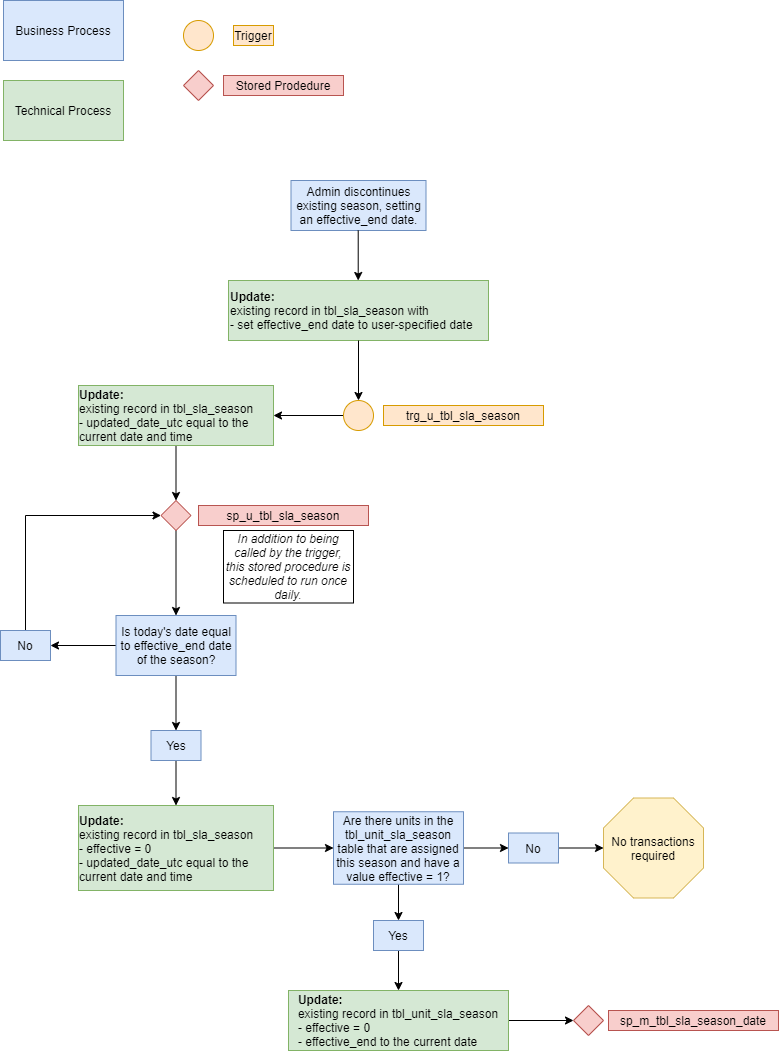
Before: images/diagram2.png, a diagram exported from draw.io (NYC-Parks/SLADB). Source tidied: cells renumbered, new cells last; positions are measured from the earlier drawing's top-left corner, leaving out a move shared by most shapes.
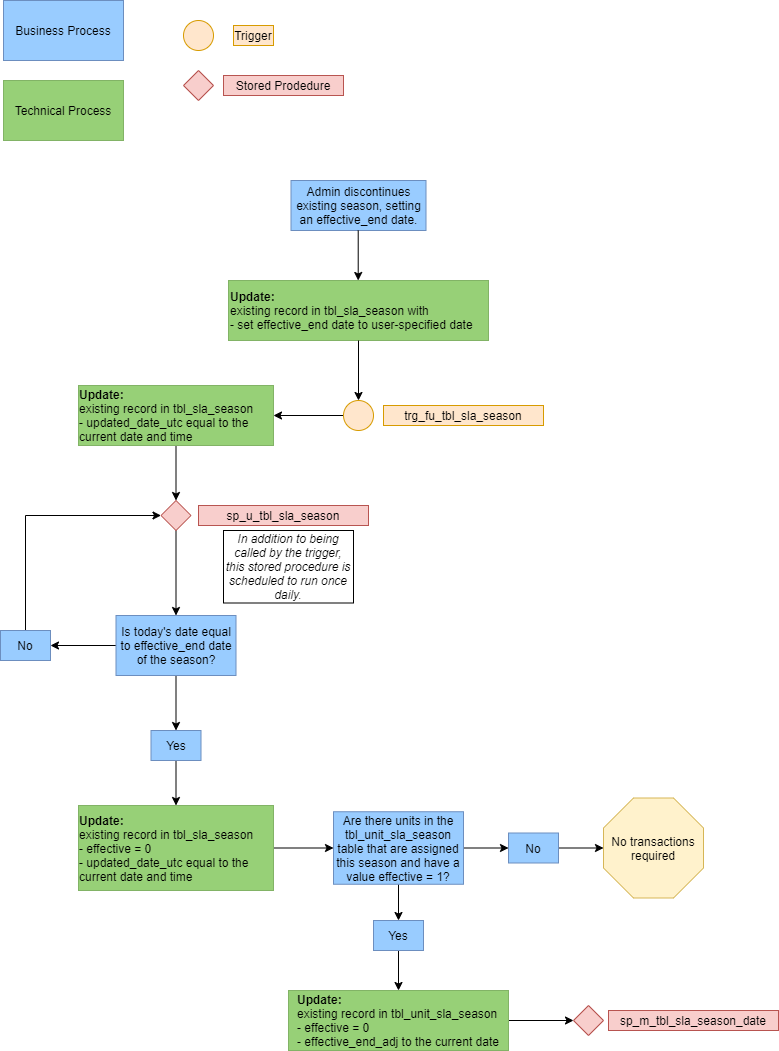
After the commit.

The edit, as a diff of the source:
```diff
@@ -2,10 +2,10 @@
   <root>
     <mxCell id="0" />
     <mxCell id="1" parent="0" />
-    <mxCell id="2" value="Admin discontinues existing season, setting an effective_end date." style="rounded=0;whiteSpace=wrap;html=1;fontSize=12;glass=0;strokeWidth=1;shadow=0;fillColor=#dae8fc;strokeColor=#6c8ebf;" parent="1" vertex="1">
+    <mxCell id="2" value="Admin discontinues existing season, setting an effective_end date." style="rounded=0;whiteSpace=wrap;html=1;fontSize=12;glass=0;strokeWidth=1;shadow=0;fillColor=#99CCFF;strokeColor=#6c8ebf;" parent="1" vertex="1">
       <mxGeometry x="290.5" y="180" width="135" height="50" as="geometry" />
     </mxCell>
-    <mxCell id="3" value="&lt;b&gt;Update:&lt;br&gt;&lt;/b&gt;existing record in tbl_sla_season with&lt;br&gt;- set effective_end date to user-specified date" style="rounded=0;whiteSpace=wrap;html=1;fillColor=#d5e8d4;strokeColor=#82b366;align=left;" parent="1" vertex="1">
+    <mxCell id="3" value="&lt;b&gt;Update:&lt;br&gt;&lt;/b&gt;existing record in tbl_sla_season with&lt;br&gt;- set effective_end date to user-specified date" style="rounded=0;whiteSpace=wrap;html=1;fillColor=#97D077;strokeColor=#82b366;align=left;" parent="1" vertex="1">
       <mxGeometry x="228" y="280" width="260" height="60" as="geometry" />
     </mxCell>
     <mxCell id="4" style="endArrow=classic;html=1;exitX=0.5;exitY=1;exitDx=0;exitDy=0;entryX=0.5;entryY=0;entryDx=0;entryDy=0;" parent="1" edge="1" source="3" target="27">
@@ -17,10 +17,10 @@
         <mxPoint x="357.7" y="280" as="targetPoint" />
       </mxGeometry>
     </mxCell>
-    <mxCell id="6" value="Business Process" style="rounded=0;whiteSpace=wrap;html=1;fillColor=#dae8fc;strokeColor=#6c8ebf;" parent="1" vertex="1">
+    <mxCell id="6" value="Business Process" style="rounded=0;whiteSpace=wrap;html=1;strokeColor=#6c8ebf;fillColor=#99CCFF;" parent="1" vertex="1">
       <mxGeometry x="3" width="120" height="60" as="geometry" />
     </mxCell>
-    <mxCell id="7" value="Technical Process" style="rounded=0;whiteSpace=wrap;html=1;fillColor=#d5e8d4;strokeColor=#82b366;" parent="1" vertex="1">
+    <mxCell id="7" value="Technical Process" style="rounded=0;whiteSpace=wrap;html=1;strokeColor=#82b366;fillColor=#97D077;" parent="1" vertex="1">
       <mxGeometry x="3" y="80" width="120" height="60" as="geometry" />
     </mxCell>
     <mxCell id="8" style="ellipse;whiteSpace=wrap;html=1;fillColor=#ffe6cc;strokeColor=#d79b00;" parent="1" vertex="1">
@@ -41,19 +41,19 @@
     <mxCell id="13" style="edgeStyle=orthogonalEdgeStyle;rounded=0;jettySize=auto;html=1;exitX=0.5;exitY=1;exitDx=0;exitDy=0;entryX=0.5;entryY=0;entryDx=0;entryDy=0;" parent="1" edge="1" source="14" target="18">
       <mxGeometry relative="1" as="geometry" />
     </mxCell>
-    <mxCell id="14" value="Is today's date equal to effective_end date of the season?" style="rounded=0;whiteSpace=wrap;html=1;fillColor=#dae8fc;strokeColor=#6c8ebf;" parent="1" vertex="1">
+    <mxCell id="14" value="Is today's date equal to effective_end date of the season?" style="rounded=0;whiteSpace=wrap;html=1;fillColor=#99CCFF;strokeColor=#6c8ebf;" parent="1" vertex="1">
       <mxGeometry x="115.5" y="615" width="120" height="60" as="geometry" />
     </mxCell>
     <mxCell id="15" style="edgeStyle=orthogonalEdgeStyle;rounded=0;jettySize=auto;html=1;exitX=0.5;exitY=0;exitDx=0;exitDy=0;entryX=0;entryY=0.5;entryDx=0;entryDy=0;" parent="1" edge="1" source="16" target="24">
       <mxGeometry relative="1" as="geometry" />
     </mxCell>
-    <mxCell id="16" value="No" style="rounded=0;whiteSpace=wrap;html=1;fillColor=#dae8fc;strokeColor=#6c8ebf;" parent="1" vertex="1">
+    <mxCell id="16" value="No" style="rounded=0;whiteSpace=wrap;html=1;fillColor=#99CCFF;strokeColor=#6c8ebf;" parent="1" vertex="1">
       <mxGeometry y="630" width="50" height="30" as="geometry" />
     </mxCell>
     <mxCell id="17" style="edgeStyle=orthogonalEdgeStyle;rounded=0;jettySize=auto;html=1;entryX=0.5;entryY=0;entryDx=0;entryDy=0;" parent="1" edge="1" source="18" target="20">
       <mxGeometry relative="1" as="geometry" />
     </mxCell>
-    <mxCell id="18" value="Yes" style="rounded=0;whiteSpace=wrap;html=1;fillColor=#dae8fc;strokeColor=#6c8ebf;" parent="1" vertex="1">
+    <mxCell id="18" value="Yes" style="rounded=0;whiteSpace=wrap;html=1;fillColor=#99CCFF;strokeColor=#6c8ebf;" parent="1" vertex="1">
       <mxGeometry x="150.5" y="730" width="50" height="30" as="geometry" />
     </mxCell>
     <mxCell id="19" style="edgeStyle=orthogonalEdgeStyle;rounded=0;jettySize=auto;html=1;exitX=1;exitY=0.5;exitDx=0;exitDy=0;entryX=0;entryY=0.5;entryDx=0;entryDy=0;" parent="1" edge="1" source="20" target="35">
@@ -83,7 +83,7 @@
     <mxCell id="27" style="ellipse;whiteSpace=wrap;html=1;fillColor=#ffe6cc;strokeColor=#d79b00;" parent="1" vertex="1">
       <mxGeometry x="343" y="400" width="30" height="30" as="geometry" />
     </mxCell>
-    <mxCell id="28" value="trg_u_tbl_sla_season" style="text;html=1;strokeColor=#d79b00;fillColor=#ffe6cc;align=center;verticalAlign=middle;whiteSpace=wrap;rounded=0;" parent="1" vertex="1">
+    <mxCell id="28" value="trg_fu_tbl_sla_season" style="text;html=1;strokeColor=#d79b00;fillColor=#ffe6cc;align=center;verticalAlign=middle;whiteSpace=wrap;rounded=0;" parent="1" vertex="1">
       <mxGeometry x="383" y="405" width="160" height="20" as="geometry" />
     </mxCell>
     <mxCell id="29" style="edgeStyle=orthogonalEdgeStyle;rounded=0;jettySize=auto;html=1;exitX=0.5;exitY=1;exitDx=0;exitDy=0;entryX=0.5;entryY=0;entryDx=0;entryDy=0;" parent="1" edge="1" source="30" target="24">
@@ -104,19 +104,19 @@
     <mxCell id="34" style="edgeStyle=orthogonalEdgeStyle;rounded=0;jettySize=auto;html=1;exitX=1;exitY=0.5;exitDx=0;exitDy=0;entryX=0;entryY=0.5;entryDx=0;entryDy=0;" parent="1" edge="1" source="35" target="39">
       <mxGeometry relative="1" as="geometry" />
     </mxCell>
-    <mxCell id="35" value="Are there units in the tbl_unit_sla_season table that are assigned this season and have a value effective = 1?" style="rounded=0;whiteSpace=wrap;html=1;fillColor=#dae8fc;strokeColor=#6c8ebf;" parent="1" vertex="1">
+    <mxCell id="35" value="Are there units in the tbl_unit_sla_season table that are assigned this season and have a value effective = 1?" style="rounded=0;whiteSpace=wrap;html=1;fillColor=#99CCFF;strokeColor=#6c8ebf;" parent="1" vertex="1">
       <mxGeometry x="333" y="811.2" width="130" height="72.5" as="geometry" />
     </mxCell>
     <mxCell id="36" style="edgeStyle=orthogonalEdgeStyle;rounded=0;jettySize=auto;html=1;exitX=0.5;exitY=1;exitDx=0;exitDy=0;entryX=0.5;entryY=0;entryDx=0;entryDy=0;" parent="1" edge="1" source="37" target="22">
       <mxGeometry relative="1" as="geometry" />
     </mxCell>
-    <mxCell id="37" value="Yes" style="rounded=0;whiteSpace=wrap;html=1;fillColor=#dae8fc;strokeColor=#6c8ebf;" parent="1" vertex="1">
+    <mxCell id="37" value="Yes" style="rounded=0;whiteSpace=wrap;html=1;fillColor=#99CCFF;strokeColor=#6c8ebf;" parent="1" vertex="1">
       <mxGeometry x="373" y="920" width="50" height="30" as="geometry" />
     </mxCell>
     <mxCell id="38" style="edgeStyle=orthogonalEdgeStyle;rounded=0;jettySize=auto;html=1;exitX=1;exitY=0.5;exitDx=0;exitDy=0;entryX=0;entryY=0.5;entryDx=0;entryDy=0;entryPerimeter=0;" parent="1" edge="1" source="39" target="40">
       <mxGeometry relative="1" as="geometry" />
     </mxCell>
-    <mxCell id="39" value="No" style="rounded=0;whiteSpace=wrap;html=1;fillColor=#dae8fc;strokeColor=#6c8ebf;" parent="1" vertex="1">
+    <mxCell id="39" value="No" style="rounded=0;whiteSpace=wrap;html=1;fillColor=#99CCFF;strokeColor=#6c8ebf;" parent="1" vertex="1">
       <mxGeometry x="508" y="832.5" width="50" height="30" as="geometry" />
     </mxCell>
     <mxCell id="40" value="No transactions required" style="whiteSpace=wrap;html=1;shape=mxgraph.basic.octagon2;align=center;verticalAlign=middle;dx=15;fillColor=#fff2cc;strokeColor=#d6b656;" parent="1" vertex="1">
@@ -125,5 +125,14 @@
     <mxCell id="41" value="&lt;i&gt;In addition to being called by the trigger, this stored procedure is scheduled to run once daily.&lt;/i&gt;" style="rounded=0;whiteSpace=wrap;html=1;" parent="1" vertex="1">
       <mxGeometry x="223" y="530" width="130" height="72.5" as="geometry" />
     </mxCell>
+    <mxCell id="42" value="&lt;div style=&quot;text-align: left&quot;&gt;&lt;b&gt;Update:&lt;/b&gt;&lt;/div&gt;&lt;div style=&quot;text-align: left&quot;&gt;existing record in tbl_unit_sla_season&lt;/div&gt;&lt;div style=&quot;text-align: left&quot;&gt;- effective = 0&lt;/div&gt;&lt;div style=&quot;text-align: left&quot;&gt;- effective_end_adj to the current date&lt;/div&gt;" style="rounded=0;whiteSpace=wrap;html=1;fillColor=#97D077;strokeColor=#82b366;" parent="1" vertex="1">
+      <mxGeometry x="288" y="990" width="220" height="60" as="geometry" />
+    </mxCell>
+    <mxCell id="43" value="&lt;div style=&quot;text-align: left&quot;&gt;&lt;b&gt;Update:&lt;/b&gt;&lt;/div&gt;&lt;div style=&quot;text-align: left&quot;&gt;&lt;span&gt;existing record in tbl_sla_season&lt;/span&gt;&lt;/div&gt;&lt;div style=&quot;text-align: left&quot;&gt;&lt;span&gt;- effective = 0&lt;/span&gt;&lt;/div&gt;&lt;div style=&quot;text-align: left&quot;&gt;- updated_date_utc equal to the current date and time&lt;span&gt;&lt;br&gt;&lt;/span&gt;&lt;/div&gt;" style="rounded=0;whiteSpace=wrap;html=1;fillColor=#97D077;strokeColor=#82b366;" parent="1" vertex="1">
+      <mxGeometry x="78" y="805" width="195" height="85" as="geometry" />
+    </mxCell>
+    <mxCell id="44" value="&lt;div style=&quot;text-align: left&quot;&gt;&lt;b&gt;Update:&lt;/b&gt;&lt;/div&gt;&lt;div style=&quot;text-align: left&quot;&gt;&lt;span&gt;existing record in tbl_sla_season&lt;/span&gt;&lt;/div&gt;&lt;div style=&quot;text-align: left&quot;&gt;&lt;span&gt;- updated_date_utc equal to the current date and time&lt;/span&gt;&lt;/div&gt;" style="rounded=0;whiteSpace=wrap;html=1;fillColor=#97D077;strokeColor=#82b366;" parent="1" vertex="1">
+      <mxGeometry x="78" y="385" width="195" height="60" as="geometry" />
+    </mxCell>
   </root>
 </mxGraphModel>
```
